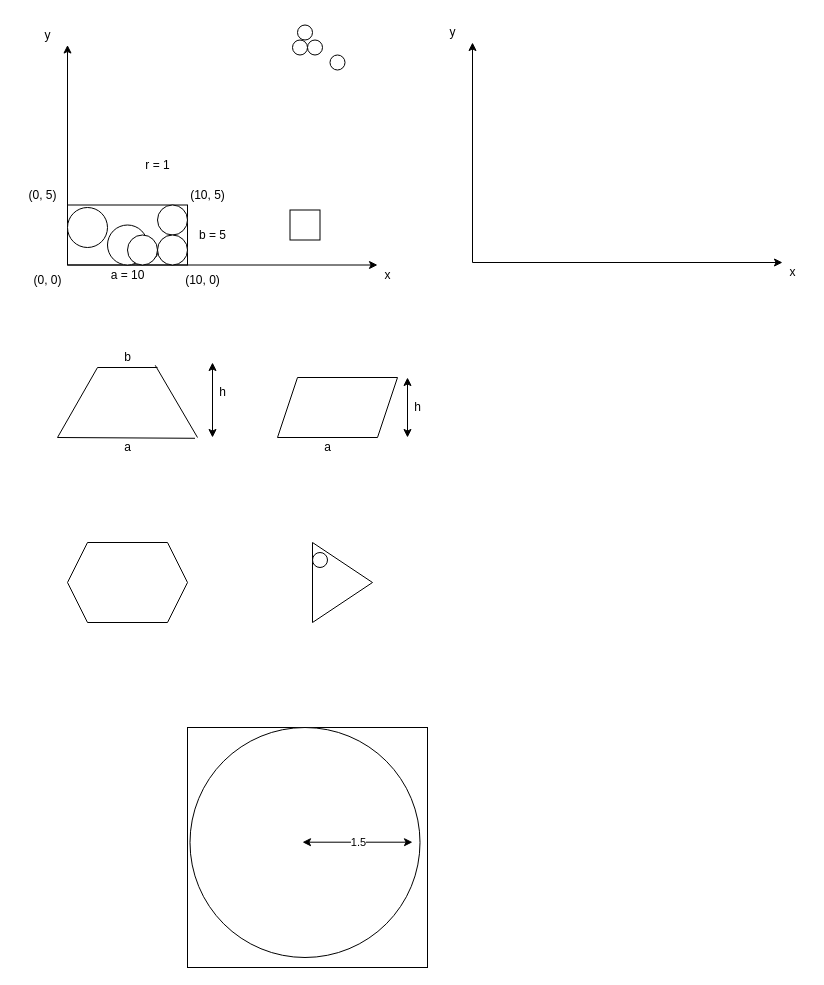
Before: 03_Real_World_Problem/Cross_Section_Line_Problem/Cross_Section_Line_Problem.drawio in ImChong/Practice_LeetCode_C, a draw.io diagram. Source tidied: cells renumbered, new cells numbered last; positions are measured from the earlier drawing's top-left corner, leaving out a move shared by most shapes. Both pictures are drawn from the tidied source at 100%, with x=0, y=0 at pixel (17, 17).
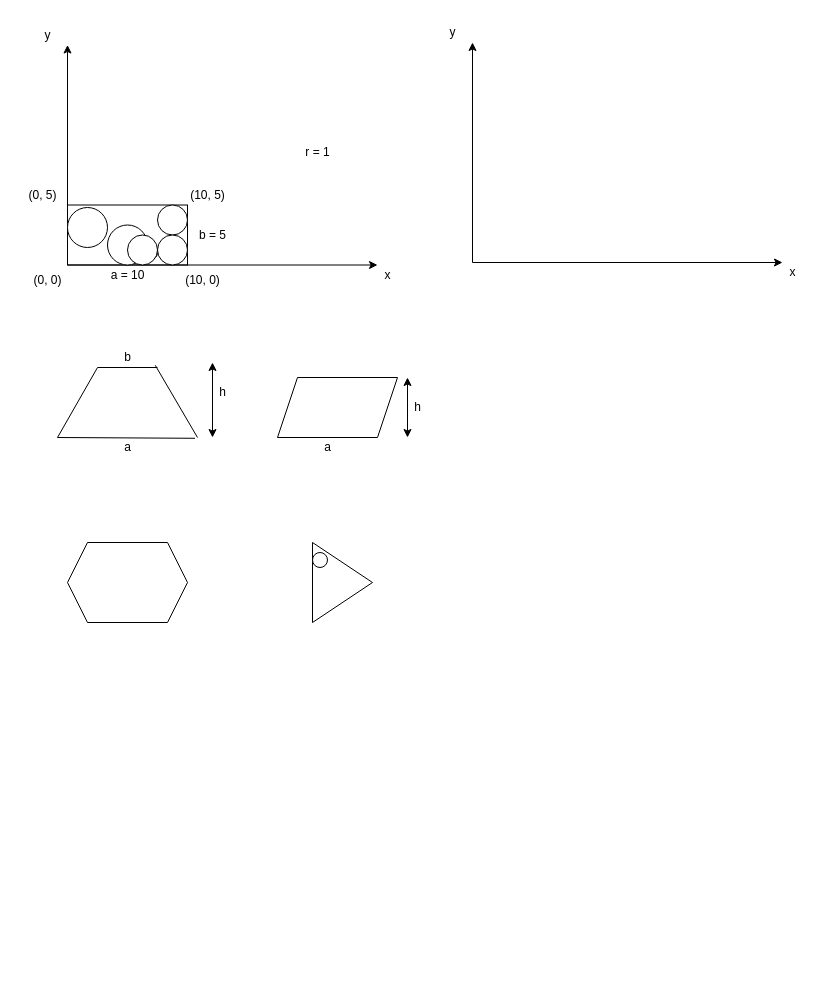
The same diagram, later.

Change to the diagram source:
```diff
@@
-    <mxCell id="2" style="whiteSpace=wrap;html=1;" parent="1" vertex="1">
-      <mxGeometry x="170" y="710" width="240" height="240" as="geometry" />
-    </mxCell>
@@
     <mxCell id="29" value="r = 1" style="text;html=1;align=center;verticalAlign=middle;strokeColor=none;fillColor=none;" parent="1" vertex="1">
-      <mxGeometry x="115" y="132.5" width="50" height="30" as="geometry" />
+      <mxGeometry x="275" y="120" width="50" height="30" as="geometry" />
     </mxCell>
@@
-    <mxCell id="36" style="ellipse;whiteSpace=wrap;html=1;" parent="1" vertex="1">
-      <mxGeometry x="172.5" y="710" width="230" height="230" as="geometry" />
-    </mxCell>
@@
-    <mxCell id="38" style="ellipse;whiteSpace=wrap;html=1;" parent="1" vertex="1">
-      <mxGeometry x="280" y="7.5" width="15" height="15" as="geometry" />
-    </mxCell>
-    <mxCell id="39" style="ellipse;whiteSpace=wrap;html=1;" parent="1" vertex="1">
-      <mxGeometry x="290" y="22.5" width="15" height="15" as="geometry" />
-    </mxCell>
-    <mxCell id="40" style="ellipse;whiteSpace=wrap;html=1;" parent="1" vertex="1">
-      <mxGeometry x="275" y="22.5" width="15" height="15" as="geometry" />
-    </mxCell>
-    <mxCell id="41" style="ellipse;whiteSpace=wrap;html=1;" parent="1" vertex="1">
-      <mxGeometry x="312.5" y="37.5" width="15" height="15" as="geometry" />
-    </mxCell>
-    <mxCell id="42" style="endArrow=classic;startArrow=classic;html=1;" parent="1" edge="1">
-      <mxGeometry relative="1" as="geometry">
-        <mxPoint x="285" y="824.7" as="sourcePoint" />
-        <mxPoint x="395" y="824.7" as="targetPoint" />
-      </mxGeometry>
-    </mxCell>
-    <mxCell id="43" value="1.5" style="edgeLabel;html=1;align=center;verticalAlign=middle;" parent="42" vertex="1">
-      <mxGeometry x="0.37" y="-2" relative="1" as="geometry">
-        <mxPoint x="-20" y="-2" as="offset" />
-      </mxGeometry>
-    </mxCell>
-    <mxCell id="44" style="whiteSpace=wrap;html=1;" parent="1" vertex="1">
-      <mxGeometry x="272.5" y="192.5" width="30" height="30" as="geometry" />
-    </mxCell>
```
